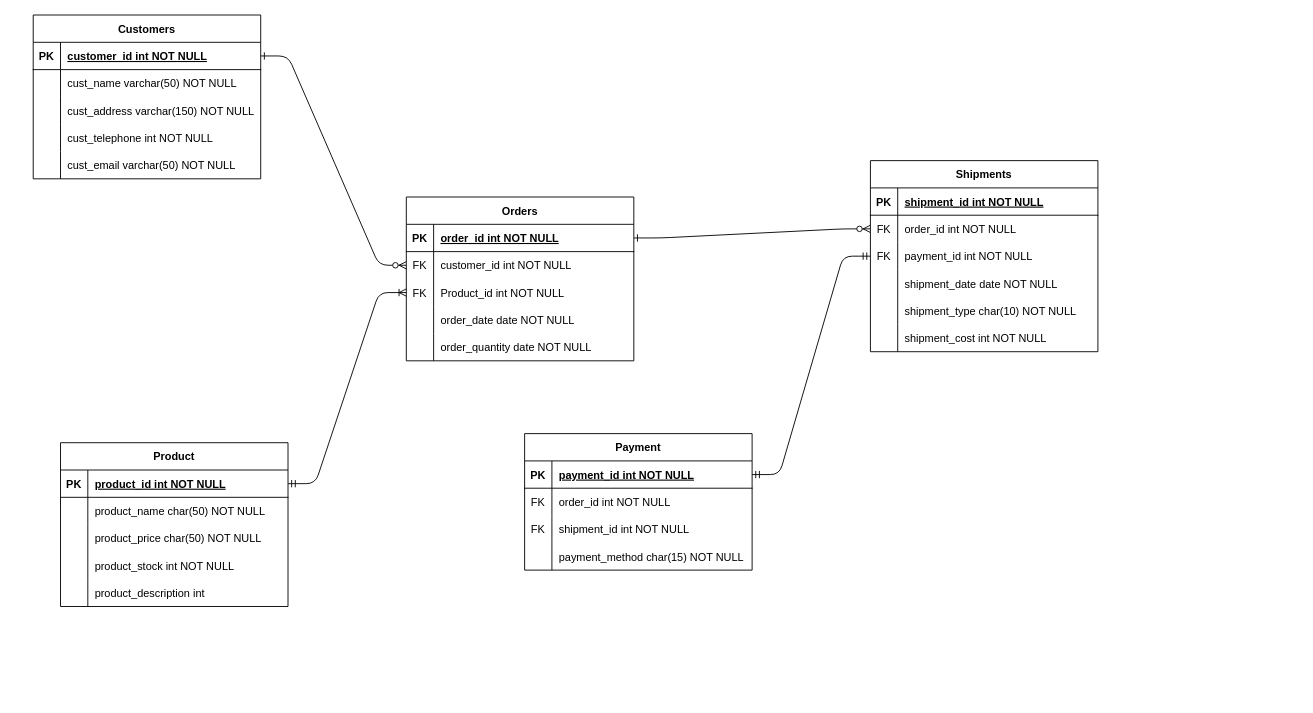
AgilRazzan/test keeps this draw.io diagram as E-commerce_DB_managemet.drawio. Above is the earlier version. Source tidied: cells renumbered, new cells numbered last; positions are measured from the earlier drawing's top-left corner, leaving out a move shared by most shapes. Both pictures are drawn from the tidied source at 91%, with x=0, y=0 at pixel (33, 15).
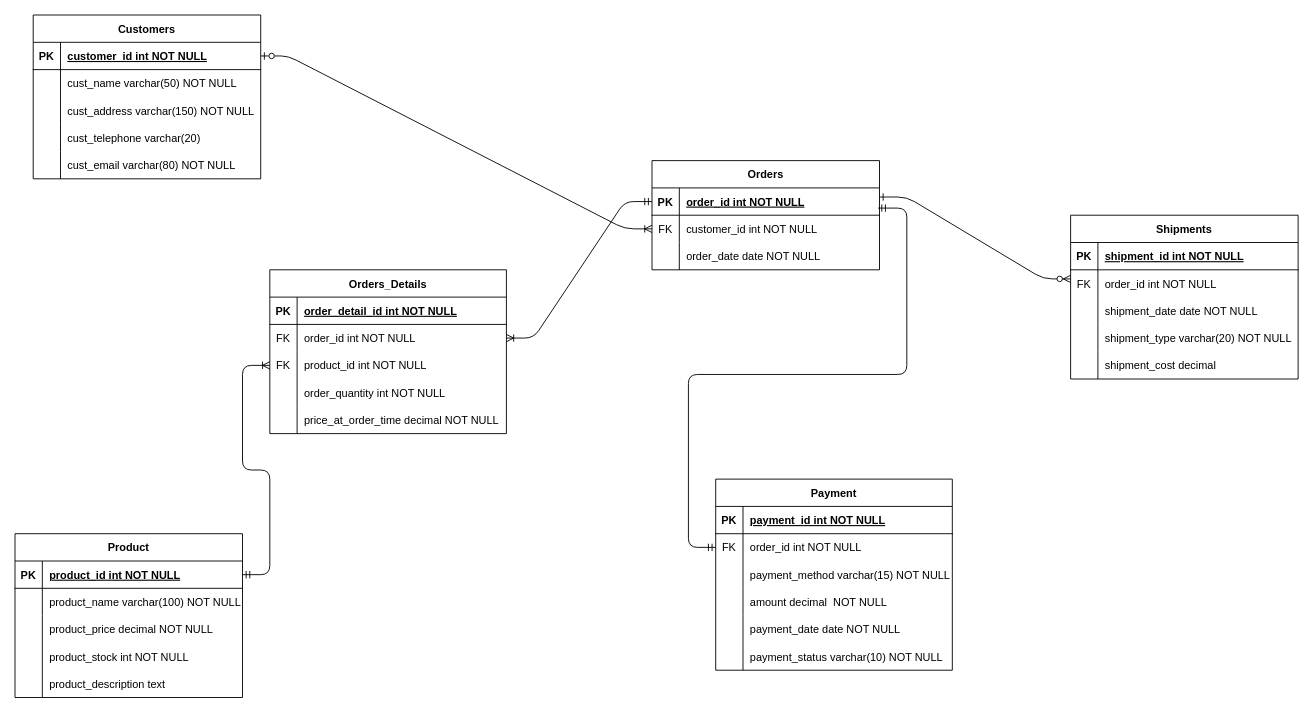
After the change.

The change refers to these unchanged cells:
```xml
<mxCell id="5" style="shape=partialRectangle;fillColor=none;points=[[0,0.5],[1,0.5]];portConstraint=eastwest;top=0;left=0;right=0;bottom=1;" parent="4" vertex="1">
  <mxGeometry y="30" width="250" height="30" as="geometry" />
</mxCell>
<mxCell id="8" style="shape=partialRectangle;fillColor=none;points=[[0,0.5],[1,0.5]];portConstraint=eastwest;top=0;left=0;right=0;bottom=0;" parent="4" vertex="1">
  <mxGeometry y="60" width="250" height="30" as="geometry" />
</mxCell>
<mxCell id="24" style="shape=partialRectangle;fillColor=none;points=[[0,0.5],[1,0.5]];portConstraint=eastwest;top=0;left=0;right=0;bottom=0;" parent="20" vertex="1">
  <mxGeometry y="60" width="250" height="30" as="geometry" />
</mxCell>
<mxCell id="40" style="shape=partialRectangle;fillColor=none;points=[[0,0.5],[1,0.5]];portConstraint=eastwest;top=0;left=0;right=0;bottom=1;" parent="39" vertex="1">
  <mxGeometry y="30" width="250" height="30" as="geometry" />
</mxCell>
<mxCell id="49" style="shape=partialRectangle;fillColor=none;top=0;left=0;right=0;bottom=0;" parent="39" vertex="1">
  <mxGeometry y="120" width="250" height="30" as="geometry" />
</mxCell>
<mxCell id="52" style="shape=partialRectangle;fillColor=none;top=0;left=0;right=0;bottom=0;" parent="39" vertex="1">
  <mxGeometry y="150" width="250" height="30" as="geometry" />
</mxCell>
<mxCell id="69" style="shape=partialRectangle;fillColor=none;points=[[0,0.5],[1,0.5]];portConstraint=eastwest;top=0;left=0;right=0;bottom=1;" parent="68" vertex="1">
  <mxGeometry y="30" width="250" height="30" as="geometry" />
</mxCell>
<mxCell id="72" style="shape=partialRectangle;fillColor=none;top=0;left=0;right=0;bottom=0;" parent="68" vertex="1">
  <mxGeometry y="60" width="250" height="30" as="geometry" />
</mxCell>
<mxCell id="75" style="shape=partialRectangle;fillColor=none;top=0;left=0;right=0;bottom=0;" parent="68" vertex="1">
  <mxGeometry y="90" width="250" height="30" as="geometry" />
</mxCell>
<mxCell id="81" style="shape=partialRectangle;fillColor=none;top=0;left=0;right=0;bottom=0;" parent="68" vertex="1">
  <mxGeometry y="150" width="250" height="30" as="geometry" />
</mxCell>
```

The edit, as a diff of the source:
```diff
@@
-    <mxCell id="2" style="edgeStyle=entityRelationEdgeStyle;endArrow=ERzeroToMany;startArrow=ERone;endFill=1;startFill=0;" parent="1" edge="1" source="40" target="8">
+    <mxCell id="2" style="edgeStyle=entityRelationEdgeStyle;endArrow=ERoneToMany;startArrow=ERzeroToOne;endFill=0;startFill=0;" parent="1" edge="1" source="40" target="8">
       <mxGeometry relative="1" as="geometry" />
     </mxCell>
-    <mxCell id="3" style="edgeStyle=entityRelationEdgeStyle;endArrow=ERzeroToMany;startArrow=ERone;endFill=1;startFill=0;" parent="1" edge="1" source="5" target="24">
-      <mxGeometry relative="1" as="geometry" />
+    <mxCell id="3" style="edgeStyle=entityRelationEdgeStyle;endArrow=ERzeroToMany;startArrow=ERone;endFill=1;startFill=0;" parent="1" edge="1">
+      <mxGeometry relative="1" as="geometry">
+        <mxPoint x="930" y="200" as="sourcePoint" />
+        <mxPoint x="1140" y="290" as="targetPoint" />
+      </mxGeometry>
     </mxCell>
     <mxCell id="4" value="Orders" style="shape=table;startSize=30;childLayout=tableLayout;rowLines=0;fontStyle=1;align=center;" parent="1" vertex="1">
-      <mxGeometry x="410" y="200" width="250" height="180" as="geometry" />
+      <mxGeometry x="680" y="160" width="250" height="120" as="geometry" />
     </mxCell>
@@
-    <mxCell id="11" style="shape=partialRectangle;fillColor=none;points=[[0,0.5],[1,0.5]];portConstraint=eastwest;top=0;left=0;right=0;bottom=0;" parent="4" vertex="1">
-      <mxGeometry y="90" width="250" height="30" as="geometry" />
-    </mxCell>
-    <mxCell id="12" value="FK" style="shape=partialRectangle;overflow=hidden;fillColor=none;top=0;left=0;bottom=0;right=0;" parent="11" vertex="1">
-      <mxGeometry width="30" height="30" as="geometry" />
-    </mxCell>
-    <mxCell id="13" value="Product_id int NOT NULL" style="shape=partialRectangle;overflow=hidden;fillColor=none;top=0;left=0;bottom=0;right=0;align=left;spacingLeft=6;" parent="11" vertex="1">
-      <mxGeometry x="30" width="220" height="30" as="geometry" />
-    </mxCell>
-    <mxCell id="14" style="shape=partialRectangle;fillColor=none;top=0;left=0;right=0;bottom=0;" parent="4" vertex="1">
-      <mxGeometry y="120" width="250" height="30" as="geometry" />
-    </mxCell>
-    <mxCell id="15" style="shape=partialRectangle;overflow=hidden;fillColor=none;top=0;left=0;bottom=0;right=0;" parent="14" vertex="1">
-      <mxGeometry width="30" height="30" as="geometry" />
-    </mxCell>
+    <mxCell id="86" style="shape=partialRectangle;fillColor=none;top=0;left=0;right=0;bottom=0;" parent="4" vertex="1">
+      <mxGeometry y="90" width="250" height="30" as="geometry" />
+    </mxCell>
+    <mxCell id="87" style="shape=partialRectangle;overflow=hidden;fillColor=none;top=0;left=0;bottom=0;right=0;" parent="86" vertex="1">
+      <mxGeometry width="30" height="30" as="geometry" />
+    </mxCell>
-    <mxCell id="16" value="order_date date NOT NULL" style="shape=partialRectangle;overflow=hidden;fillColor=none;top=0;left=0;bottom=0;right=0;align=left;spacingLeft=6;" parent="14" vertex="1">
+    <mxCell id="16" value="order_date date NOT NULL" style="shape=partialRectangle;overflow=hidden;fillColor=none;top=0;left=0;bottom=0;right=0;align=left;spacingLeft=6;" parent="86" vertex="1">
       <mxGeometry x="30" width="220" height="30" as="geometry" />
     </mxCell>
-    <mxCell id="17" style="shape=partialRectangle;fillColor=none;top=0;left=0;right=0;bottom=0;" parent="4" vertex="1">
-      <mxGeometry y="150" width="250" height="30" as="geometry" />
-    </mxCell>
-    <mxCell id="18" style="shape=partialRectangle;overflow=hidden;fillColor=none;top=0;left=0;bottom=0;right=0;" parent="17" vertex="1">
-      <mxGeometry width="30" height="30" as="geometry" />
-    </mxCell>
-    <mxCell id="19" value="order_quantity date NOT NULL" style="shape=partialRectangle;overflow=hidden;fillColor=none;top=0;left=0;bottom=0;right=0;align=left;spacingLeft=6;" parent="17" vertex="1">
-      <mxGeometry x="30" width="220" height="30" as="geometry" />
-    </mxCell>
     <mxCell id="20" value="Shipments" style="shape=table;startSize=30;childLayout=tableLayout;rowLines=0;fontStyle=1;align=center;" parent="1" vertex="1">
-      <mxGeometry x="920" y="160" width="250" height="210" as="geometry" />
+      <mxGeometry x="1140" y="220" width="250" height="180" as="geometry" />
     </mxCell>
@@
-    <mxCell id="27" style="shape=partialRectangle;fillColor=none;points=[[0,0.5],[1,0.5]];portConstraint=eastwest;top=0;left=0;right=0;bottom=0;" parent="20" vertex="1">
-      <mxGeometry y="90" width="250" height="30" as="geometry" />
-    </mxCell>
-    <mxCell id="28" value="FK" style="shape=partialRectangle;overflow=hidden;fillColor=none;top=0;left=0;bottom=0;right=0;" parent="27" vertex="1">
-      <mxGeometry width="30" height="30" as="geometry" />
-    </mxCell>
-    <mxCell id="29" value="payment_id int NOT NULL" style="shape=partialRectangle;overflow=hidden;fillColor=none;top=0;left=0;bottom=0;right=0;align=left;spacingLeft=6;" parent="27" vertex="1">
-      <mxGeometry x="30" width="220" height="30" as="geometry" />
-    </mxCell>
     <mxCell id="30" style="shape=partialRectangle;fillColor=none;top=0;left=0;right=0;bottom=0;" parent="20" vertex="1">
-      <mxGeometry y="120" width="250" height="30" as="geometry" />
+      <mxGeometry y="90" width="250" height="30" as="geometry" />
     </mxCell>
@@
     <mxCell id="33" style="shape=partialRectangle;fillColor=none;top=0;left=0;right=0;bottom=0;" parent="20" vertex="1">
-      <mxGeometry y="150" width="250" height="30" as="geometry" />
+      <mxGeometry y="120" width="250" height="30" as="geometry" />
     </mxCell>
@@
-    <mxCell id="35" value="shipment_type char(10) NOT NULL" style="shape=partialRectangle;overflow=hidden;fillColor=none;top=0;left=0;bottom=0;right=0;align=left;spacingLeft=6;" parent="33" vertex="1">
+    <mxCell id="35" value="shipment_type varchar(20) NOT NULL" style="shape=partialRectangle;overflow=hidden;fillColor=none;top=0;left=0;bottom=0;right=0;align=left;spacingLeft=6;" parent="33" vertex="1">
       <mxGeometry x="30" width="220" height="30" as="geometry" />
     </mxCell>
     <mxCell id="36" style="shape=partialRectangle;fillColor=none;top=0;left=0;right=0;bottom=0;" parent="20" vertex="1">
-      <mxGeometry y="180" width="250" height="30" as="geometry" />
+      <mxGeometry y="150" width="250" height="30" as="geometry" />
     </mxCell>
@@
-    <mxCell id="38" value="shipment_cost int NOT NULL" style="shape=partialRectangle;overflow=hidden;fillColor=none;top=0;left=0;bottom=0;right=0;align=left;spacingLeft=6;" parent="36" vertex="1">
+    <mxCell id="38" value="shipment_cost decimal " style="shape=partialRectangle;overflow=hidden;fillColor=none;top=0;left=0;bottom=0;right=0;align=left;spacingLeft=6;" parent="36" vertex="1">
       <mxGeometry x="30" width="220" height="30" as="geometry" />
     </mxCell>
@@
-    <mxCell id="51" value="cust_telephone int NOT NULL" style="shape=partialRectangle;overflow=hidden;fillColor=none;top=0;left=0;bottom=0;right=0;align=left;spacingLeft=6;strokeWidth=2;perimeterSpacing=4;" parent="49" vertex="1">
+    <mxCell id="51" value="cust_telephone varchar(20)" style="shape=partialRectangle;overflow=hidden;fillColor=none;top=0;left=0;bottom=0;right=0;align=left;spacingLeft=6;strokeWidth=2;perimeterSpacing=4;" parent="49" vertex="1">
       <mxGeometry x="30" width="220" height="30" as="geometry" />
     </mxCell>
@@
-    <mxCell id="54" value="cust_email varchar(50) NOT NULL" style="shape=partialRectangle;overflow=hidden;fillColor=none;top=0;left=0;bottom=0;right=0;align=left;spacingLeft=6;strokeWidth=2;perimeterSpacing=4;" parent="52" vertex="1">
+    <mxCell id="54" value="cust_email varchar(80) NOT NULL" style="shape=partialRectangle;overflow=hidden;fillColor=none;top=0;left=0;bottom=0;right=0;align=left;spacingLeft=6;strokeWidth=2;perimeterSpacing=4;" parent="52" vertex="1">
       <mxGeometry x="30" width="220" height="30" as="geometry" />
     </mxCell>
     <mxCell id="55" value="Payment" style="shape=table;startSize=30;childLayout=tableLayout;rowLines=0;fontStyle=1;align=center;" parent="1" vertex="1">
-      <mxGeometry x="540" y="460" width="250" height="150" as="geometry" />
+      <mxGeometry x="750" y="510" width="260" height="210" as="geometry" />
     </mxCell>
     <mxCell id="56" style="shape=partialRectangle;fillColor=none;points=[[0,0.5],[1,0.5]];portConstraint=eastwest;top=0;left=0;right=0;bottom=1;" parent="55" vertex="1">
-      <mxGeometry y="30" width="250" height="30" as="geometry" />
+      <mxGeometry y="30" width="260" height="30" as="geometry" />
     </mxCell>
@@
     <mxCell id="58" value="payment_id int NOT NULL " style="shape=partialRectangle;overflow=hidden;fillColor=none;top=0;left=0;bottom=0;right=0;align=left;spacingLeft=6;fontStyle=5;" parent="56" vertex="1">
-      <mxGeometry x="30" width="220" height="30" as="geometry" />
+      <mxGeometry x="30" width="230" height="30" as="geometry" />
     </mxCell>
     <mxCell id="59" style="shape=partialRectangle;fillColor=none;points=[[0,0.5],[1,0.5]];portConstraint=eastwest;top=0;left=0;right=0;bottom=0;" parent="55" vertex="1">
-      <mxGeometry y="60" width="250" height="30" as="geometry" />
+      <mxGeometry y="60" width="260" height="30" as="geometry" />
     </mxCell>
@@
     <mxCell id="61" value="order_id int NOT NULL" style="shape=partialRectangle;overflow=hidden;fillColor=none;top=0;left=0;bottom=0;right=0;align=left;spacingLeft=6;" parent="59" vertex="1">
-      <mxGeometry x="30" width="220" height="30" as="geometry" />
+      <mxGeometry x="30" width="230" height="30" as="geometry" />
     </mxCell>
-    <mxCell id="62" style="shape=partialRectangle;fillColor=none;top=0;left=0;right=0;bottom=0;" parent="55" vertex="1">
-      <mxGeometry y="90" width="250" height="30" as="geometry" />
-    </mxCell>
-    <mxCell id="63" value="FK" style="shape=partialRectangle;overflow=hidden;fillColor=none;top=0;left=0;bottom=0;right=0;" parent="62" vertex="1">
-      <mxGeometry width="30" height="30" as="geometry" />
-    </mxCell>
-    <mxCell id="64" value="shipment_id int NOT NULL" style="shape=partialRectangle;overflow=hidden;fillColor=none;top=0;left=0;bottom=0;right=0;align=left;spacingLeft=6;" parent="62" vertex="1">
-      <mxGeometry x="30" width="220" height="30" as="geometry" />
-    </mxCell>
     <mxCell id="65" style="shape=partialRectangle;fillColor=none;top=0;left=0;right=0;bottom=0;" parent="55" vertex="1">
-      <mxGeometry y="120" width="250" height="30" as="geometry" />
+      <mxGeometry y="90" width="260" height="30" as="geometry" />
     </mxCell>
@@
-    <mxCell id="67" value="payment_method char(15) NOT NULL" style="shape=partialRectangle;overflow=hidden;fillColor=none;top=0;left=0;bottom=0;right=0;align=left;spacingLeft=6;" parent="65" vertex="1">
-      <mxGeometry x="30" width="220" height="30" as="geometry" />
+    <mxCell id="67" value="payment_method varchar(15) NOT NULL" style="shape=partialRectangle;overflow=hidden;fillColor=none;top=0;left=0;bottom=0;right=0;align=left;spacingLeft=6;" parent="65" vertex="1">
+      <mxGeometry x="30" width="230" height="30" as="geometry" />
     </mxCell>
+    <mxCell id="88" style="shape=partialRectangle;fillColor=none;top=0;left=0;right=0;bottom=0;" parent="55" vertex="1">
+      <mxGeometry y="120" width="260" height="30" as="geometry" />
+    </mxCell>
+    <mxCell id="89" style="shape=partialRectangle;overflow=hidden;fillColor=none;top=0;left=0;bottom=0;right=0;" parent="88" vertex="1">
+      <mxGeometry width="30" height="30" as="geometry" />
+    </mxCell>
+    <mxCell id="90" value="amount decimal  NOT NULL" style="shape=partialRectangle;overflow=hidden;fillColor=none;top=0;left=0;bottom=0;right=0;align=left;spacingLeft=6;" parent="88" vertex="1">
+      <mxGeometry x="30" width="230" height="30" as="geometry" />
+    </mxCell>
+    <mxCell id="91" style="shape=partialRectangle;fillColor=none;top=0;left=0;right=0;bottom=0;" parent="55" vertex="1">
+      <mxGeometry y="150" width="260" height="30" as="geometry" />
+    </mxCell>
+    <mxCell id="92" style="shape=partialRectangle;overflow=hidden;fillColor=none;top=0;left=0;bottom=0;right=0;" parent="91" vertex="1">
+      <mxGeometry width="30" height="30" as="geometry" />
+    </mxCell>
+    <mxCell id="93" value="payment_date date NOT NULL" style="shape=partialRectangle;overflow=hidden;fillColor=none;top=0;left=0;bottom=0;right=0;align=left;spacingLeft=6;" parent="91" vertex="1">
+      <mxGeometry x="30" width="230" height="30" as="geometry" />
+    </mxCell>
+    <mxCell id="94" style="shape=partialRectangle;fillColor=none;top=0;left=0;right=0;bottom=0;" parent="55" vertex="1">
+      <mxGeometry y="180" width="260" height="30" as="geometry" />
+    </mxCell>
+    <mxCell id="95" style="shape=partialRectangle;overflow=hidden;fillColor=none;top=0;left=0;bottom=0;right=0;" parent="94" vertex="1">
+      <mxGeometry width="30" height="30" as="geometry" />
+    </mxCell>
+    <mxCell id="96" value="payment_status varchar(10) NOT NULL" style="shape=partialRectangle;overflow=hidden;fillColor=none;top=0;left=0;bottom=0;right=0;align=left;spacingLeft=6;" parent="94" vertex="1">
+      <mxGeometry x="30" width="230" height="30" as="geometry" />
+    </mxCell>
     <mxCell id="68" value="Product" style="shape=table;startSize=30;childLayout=tableLayout;rowLines=0;fontStyle=1;align=center;" parent="1" vertex="1">
-      <mxGeometry x="30" y="470" width="250" height="180" as="geometry" />
+      <mxGeometry x="-20" y="570" width="250" height="180" as="geometry" />
     </mxCell>
@@
-    <mxCell id="74" value="product_name char(50) NOT NULL" style="shape=partialRectangle;overflow=hidden;fillColor=none;top=0;left=0;bottom=0;right=0;align=left;spacingLeft=6;" parent="72" vertex="1">
+    <mxCell id="74" value="product_name varchar(100) NOT NULL" style="shape=partialRectangle;overflow=hidden;fillColor=none;top=0;left=0;bottom=0;right=0;align=left;spacingLeft=6;" parent="72" vertex="1">
       <mxGeometry x="30" width="220" height="30" as="geometry" />
     </mxCell>
@@
-    <mxCell id="77" value="product_price char(50) NOT NULL" style="shape=partialRectangle;overflow=hidden;fillColor=none;top=0;left=0;bottom=0;right=0;align=left;spacingLeft=6;" parent="75" vertex="1">
+    <mxCell id="77" value="product_price decimal NOT NULL" style="shape=partialRectangle;overflow=hidden;fillColor=none;top=0;left=0;bottom=0;right=0;align=left;spacingLeft=6;" parent="75" vertex="1">
       <mxGeometry x="30" width="220" height="30" as="geometry" />
     </mxCell>
@@
-    <mxCell id="83" value="product_description int " style="shape=partialRectangle;overflow=hidden;fillColor=none;top=0;left=0;bottom=0;right=0;align=left;spacingLeft=6;" parent="81" vertex="1">
+    <mxCell id="83" value="product_description text " style="shape=partialRectangle;overflow=hidden;fillColor=none;top=0;left=0;bottom=0;right=0;align=left;spacingLeft=6;" parent="81" vertex="1">
       <mxGeometry x="30" width="220" height="30" as="geometry" />
     </mxCell>
-    <mxCell id="84" style="edgeStyle=entityRelationEdgeStyle;fontSize=12;html=1;endArrow=ERmandOne;startArrow=ERmandOne;rounded=1;entryX=0;entryY=0.5;entryDx=0;entryDy=0;exitX=1;exitY=0.5;exitDx=0;exitDy=0;curved=0;" parent="1" edge="1" source="56" target="27">
-      <mxGeometry relative="1" as="geometry" />
+    <mxCell id="84" style="edgeStyle=orthogonalEdgeStyle;fontSize=12;html=1;endArrow=ERmandOne;startArrow=ERmandOne;rounded=1;entryX=0.994;entryY=0.739;entryDx=0;entryDy=0;exitX=0;exitY=0.5;exitDx=0;exitDy=0;entryPerimeter=0;jumpStyle=none;" parent="1" edge="1" source="59" target="5">
+      <mxGeometry relative="1" as="geometry">
+        <Array as="points">
+          <mxPoint x="720" y="585" />
+          <mxPoint x="720" y="395" />
+          <mxPoint x="960" y="395" />
+          <mxPoint x="960" y="212" />
+        </Array>
+      </mxGeometry>
     </mxCell>
-    <mxCell id="85" style="edgeStyle=entityRelationEdgeStyle;fontSize=12;html=1;endArrow=ERoneToMany;startArrow=ERmandOne;rounded=1;entryX=0;entryY=0.5;entryDx=0;entryDy=0;exitX=1;exitY=0.5;exitDx=0;exitDy=0;curved=0;" parent="1" edge="1" source="69" target="11">
+    <mxCell id="85" style="edgeStyle=entityRelationEdgeStyle;fontSize=12;html=1;endArrow=ERoneToMany;startArrow=ERmandOne;rounded=1;entryX=0;entryY=0.5;entryDx=0;entryDy=0;exitX=1;exitY=0.5;exitDx=0;exitDy=0;curved=0;" parent="1" edge="1" source="69" target="104">
       <mxGeometry relative="1" as="geometry" />
     </mxCell>
+    <mxCell id="97" value="Orders_Details" style="shape=table;startSize=30;childLayout=tableLayout;rowLines=0;fontStyle=1;align=center;" parent="1" vertex="1">
+      <mxGeometry x="260" y="280" width="260" height="180" as="geometry" />
+    </mxCell>
+    <mxCell id="98" style="shape=partialRectangle;fillColor=none;top=0;left=0;right=0;bottom=1;" parent="97" vertex="1">
+      <mxGeometry y="30" width="260" height="30" as="geometry" />
+    </mxCell>
+    <mxCell id="99" value="PK" style="shape=partialRectangle;overflow=hidden;fillColor=none;top=0;left=0;bottom=0;right=0;fontStyle=1;" parent="98" vertex="1">
+      <mxGeometry width="30" height="30" as="geometry" />
+    </mxCell>
+    <mxCell id="100" value="order_detail_id int NOT NULL " style="shape=partialRectangle;overflow=hidden;fillColor=none;top=0;left=0;bottom=0;right=0;align=left;spacingLeft=6;fontStyle=5;" parent="98" vertex="1">
+      <mxGeometry x="30" width="230" height="30" as="geometry" />
+    </mxCell>
+    <mxCell id="101" style="shape=partialRectangle;fillColor=none;points=[[0,0.5],[1,0.5]];portConstraint=eastwest;top=0;left=0;right=0;bottom=0;" parent="97" vertex="1">
+      <mxGeometry y="60" width="260" height="30" as="geometry" />
+    </mxCell>
+    <mxCell id="102" value="FK" style="shape=partialRectangle;overflow=hidden;fillColor=none;top=0;left=0;bottom=0;right=0;" parent="101" vertex="1">
+      <mxGeometry width="30" height="30" as="geometry" />
+    </mxCell>
+    <mxCell id="103" value="order_id int NOT NULL" style="shape=partialRectangle;overflow=hidden;fillColor=none;top=0;left=0;bottom=0;right=0;align=left;spacingLeft=6;" parent="101" vertex="1">
+      <mxGeometry x="30" width="230" height="30" as="geometry" />
+    </mxCell>
+    <mxCell id="104" style="shape=partialRectangle;fillColor=none;points=[[0,0.5],[1,0.5]];portConstraint=eastwest;top=0;left=0;right=0;bottom=0;" parent="97" vertex="1">
+      <mxGeometry y="90" width="260" height="30" as="geometry" />
+    </mxCell>
+    <mxCell id="105" value="FK" style="shape=partialRectangle;overflow=hidden;fillColor=none;top=0;left=0;bottom=0;right=0;" parent="104" vertex="1">
+      <mxGeometry width="30" height="30" as="geometry" />
+    </mxCell>
+    <mxCell id="106" value="product_id int NOT NULL" style="shape=partialRectangle;overflow=hidden;fillColor=none;top=0;left=0;bottom=0;right=0;align=left;spacingLeft=6;" parent="104" vertex="1">
+      <mxGeometry x="30" width="230" height="30" as="geometry" />
+    </mxCell>
+    <mxCell id="107" style="shape=partialRectangle;fillColor=none;top=0;left=0;right=0;bottom=0;" parent="97" vertex="1">
+      <mxGeometry y="120" width="260" height="30" as="geometry" />
+    </mxCell>
+    <mxCell id="108" style="shape=partialRectangle;overflow=hidden;fillColor=none;top=0;left=0;bottom=0;right=0;" parent="107" vertex="1">
+      <mxGeometry width="30" height="30" as="geometry" />
+    </mxCell>
+    <mxCell id="109" value="order_quantity int NOT NULL" style="shape=partialRectangle;overflow=hidden;fillColor=none;top=0;left=0;bottom=0;right=0;align=left;spacingLeft=6;" parent="107" vertex="1">
+      <mxGeometry x="30" width="230" height="30" as="geometry" />
+    </mxCell>
+    <mxCell id="110" style="shape=partialRectangle;fillColor=none;top=0;left=0;right=0;bottom=0;" parent="97" vertex="1">
+      <mxGeometry y="150" width="260" height="30" as="geometry" />
+    </mxCell>
+    <mxCell id="111" style="shape=partialRectangle;overflow=hidden;fillColor=none;top=0;left=0;bottom=0;right=0;" parent="110" vertex="1">
+      <mxGeometry width="30" height="30" as="geometry" />
+    </mxCell>
+    <mxCell id="112" value="price_at_order_time decimal NOT NULL" style="shape=partialRectangle;overflow=hidden;fillColor=none;top=0;left=0;bottom=0;right=0;align=left;spacingLeft=6;" parent="110" vertex="1">
+      <mxGeometry x="30" width="230" height="30" as="geometry" />
+    </mxCell>
+    <mxCell id="113" style="edgeStyle=entityRelationEdgeStyle;fontSize=12;html=1;endArrow=ERmandOne;startArrow=ERoneToMany;rounded=1;endFill=0;startFill=0;entryX=0;entryY=0.5;entryDx=0;entryDy=0;exitX=1;exitY=0.5;exitDx=0;exitDy=0;curved=0;" parent="1" edge="1" source="101" target="5">
+      <mxGeometry relative="1" as="geometry" />
+    </mxCell>
```
